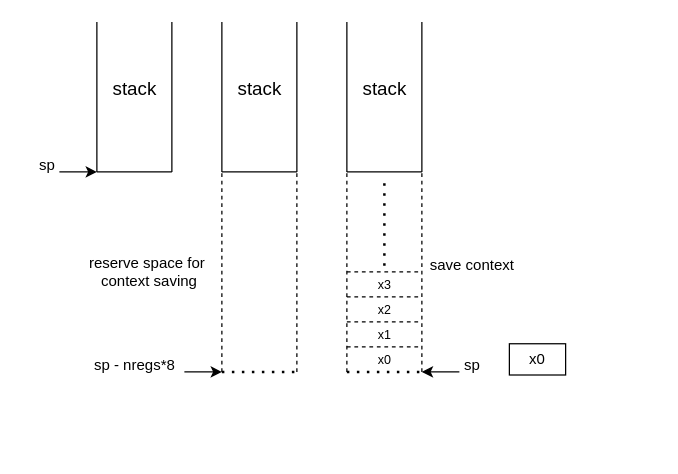
Earlier version of the draw.io diagram vm context store&load.drawio (zhouhaoan/drawios). Source tidied: cells renumbered, new cells numbered last; positions are measured from the earlier drawing's top-left corner, leaving out a move shared by most shapes. Both pictures are drawn from the tidied source at 125%, with x=0, y=0 at pixel (21, 21).
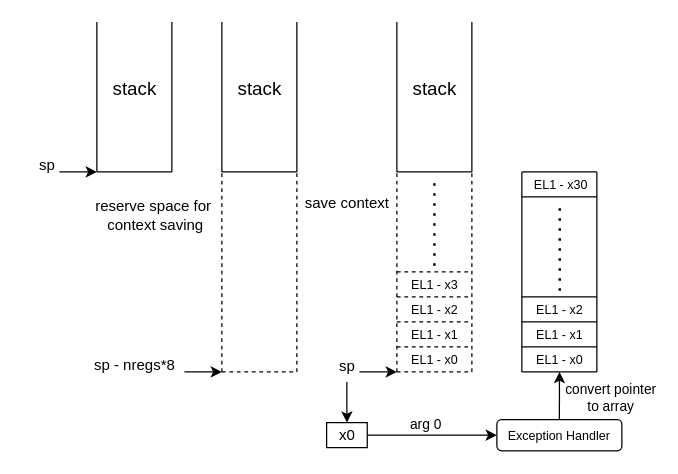
The same page after the edit.

Change to the diagram source:
```diff
@@
+    <mxCell id="38" value="&lt;font style=&quot;font-size: 10px;&quot;&gt;EL1 - x0&lt;/font&gt;" style="text;html=1;align=center;verticalAlign=middle;strokeColor=none;fillColor=none;" parent="1" vertex="1">
+      <mxGeometry x="400" y="255" width="60" height="30" as="geometry" />
+    </mxCell>
+    <mxCell id="28" value="&lt;font style=&quot;font-size: 10px;&quot;&gt;EL1 - x0&lt;/font&gt;" style="text;html=1;align=center;verticalAlign=middle;strokeColor=none;fillColor=none;" parent="1" vertex="1">
+      <mxGeometry x="300" y="255" width="60" height="30" as="geometry" />
+    </mxCell>
@@
-    <mxCell id="14" style="endArrow=none;dashed=1;html=1;dashPattern=1 3;strokeWidth=2;rounded=0;" parent="1" edge="1">
-      <mxGeometry relative="1" as="geometry">
-        <mxPoint x="160" y="280" as="sourcePoint" />
-        <mxPoint x="220" y="280" as="targetPoint" />
-      </mxGeometry>
-    </mxCell>
@@
     <mxCell id="16" value="reserve space for&lt;br&gt;&amp;nbsp;context saving" style="text;html=1;align=center;verticalAlign=middle;strokeColor=none;fillColor=none;" parent="1" vertex="1">
-      <mxGeometry x="40" y="180" width="120" height="40" as="geometry" />
+      <mxGeometry x="45" y="135" width="120" height="40" as="geometry" />
     </mxCell>
     <mxCell id="17" style="endArrow=none;html=1;rounded=0;" parent="1" edge="1">
       <mxGeometry relative="1" as="geometry">
-        <mxPoint x="260" y="120" as="sourcePoint" />
-        <mxPoint x="260" as="targetPoint" />
+        <mxPoint x="300" y="120" as="sourcePoint" />
+        <mxPoint x="300" as="targetPoint" />
       </mxGeometry>
     </mxCell>
     <mxCell id="18" style="endArrow=none;html=1;rounded=0;" parent="1" edge="1">
       <mxGeometry relative="1" as="geometry">
-        <mxPoint x="260" y="120" as="sourcePoint" />
-        <mxPoint x="320" y="120" as="targetPoint" />
+        <mxPoint x="300" y="120" as="sourcePoint" />
+        <mxPoint x="360" y="120" as="targetPoint" />
       </mxGeometry>
     </mxCell>
     <mxCell id="19" style="endArrow=none;html=1;rounded=0;" parent="1" edge="1">
       <mxGeometry relative="1" as="geometry">
-        <mxPoint x="320" y="120" as="sourcePoint" />
-        <mxPoint x="320" as="targetPoint" />
+        <mxPoint x="360" y="120" as="sourcePoint" />
+        <mxPoint x="360" as="targetPoint" />
       </mxGeometry>
     </mxCell>
     <mxCell id="20" value="&lt;font style=&quot;font-size: 15px;&quot;&gt;stack&lt;/font&gt;" style="text;html=1;align=center;verticalAlign=middle;strokeColor=none;fillColor=none;" parent="1" vertex="1">
-      <mxGeometry x="260" y="38" width="60" height="30" as="geometry" />
+      <mxGeometry x="300" y="38" width="60" height="30" as="geometry" />
     </mxCell>
     <mxCell id="21" style="endArrow=none;dashed=1;html=1;rounded=0;" parent="1" edge="1">
       <mxGeometry relative="1" as="geometry">
-        <mxPoint x="260" y="280" as="sourcePoint" />
-        <mxPoint x="260" y="120" as="targetPoint" />
+        <mxPoint x="300" y="280" as="sourcePoint" />
+        <mxPoint x="300" y="120" as="targetPoint" />
       </mxGeometry>
     </mxCell>
     <mxCell id="22" style="endArrow=none;dashed=1;html=1;rounded=0;" parent="1" edge="1">
       <mxGeometry relative="1" as="geometry">
-        <mxPoint x="320" y="280" as="sourcePoint" />
-        <mxPoint x="320" y="120" as="targetPoint" />
+        <mxPoint x="360" y="280" as="sourcePoint" />
+        <mxPoint x="360" y="120" as="targetPoint" />
       </mxGeometry>
     </mxCell>
-    <mxCell id="23" style="endArrow=none;dashed=1;html=1;dashPattern=1 3;strokeWidth=2;rounded=0;" parent="1" edge="1">
-      <mxGeometry relative="1" as="geometry">
-        <mxPoint x="260" y="280" as="sourcePoint" />
-        <mxPoint x="320" y="280" as="targetPoint" />
-      </mxGeometry>
-    </mxCell>
-    <mxCell id="24" style="endArrow=classic;html=1;rounded=0;" parent="1" edge="1">
-      <mxGeometry relative="1" as="geometry">
-        <mxPoint x="350" y="280" as="sourcePoint" />
-        <mxPoint x="320" y="280" as="targetPoint" />
-      </mxGeometry>
-    </mxCell>
@@
+    <mxCell id="39" style="edgeStyle=orthogonalEdgeStyle;rounded=0;jettySize=auto;html=1;" parent="1" edge="1" source="26" target="37">
+      <mxGeometry relative="1" as="geometry" />
+    </mxCell>
-    <mxCell id="26" value="sp" style="text;html=1;align=center;verticalAlign=middle;points=[];strokeColor=none;fillColor=none;" parent="1" vertex="1">
-      <mxGeometry x="340" y="260" width="40" height="30" as="geometry" />
+    <mxCell id="26" value="sp" style="text;html=1;align=center;verticalAlign=middle;points=[];strokeColor=none;fillColor=none;spacing=0;spacingBottom=0;" parent="1" vertex="1">
+      <mxGeometry x="245" y="263" width="30" height="25" as="geometry" />
     </mxCell>
     <mxCell id="27" style="endArrow=none;dashed=1;html=1;rounded=0;" parent="1" edge="1">
       <mxGeometry relative="1" as="geometry">
-        <mxPoint x="260" y="260" as="sourcePoint" />
-        <mxPoint x="320" y="260" as="targetPoint" />
+        <mxPoint x="300" y="260" as="sourcePoint" />
+        <mxPoint x="360" y="260" as="targetPoint" />
       </mxGeometry>
     </mxCell>
-    <mxCell id="28" value="&lt;font style=&quot;font-size: 10px;&quot;&gt;x0&lt;/font&gt;" style="text;html=1;align=center;verticalAlign=middle;strokeColor=none;fillColor=none;" parent="1" vertex="1">
-      <mxGeometry x="275" y="255" width="30" height="30" as="geometry" />
-    </mxCell>
     <mxCell id="29" style="endArrow=none;dashed=1;html=1;rounded=0;" parent="1" edge="1">
       <mxGeometry relative="1" as="geometry">
-        <mxPoint x="260" y="240" as="sourcePoint" />
-        <mxPoint x="320" y="240" as="targetPoint" />
+        <mxPoint x="300" y="240" as="sourcePoint" />
+        <mxPoint x="360" y="240" as="targetPoint" />
       </mxGeometry>
     </mxCell>
     <mxCell id="30" style="endArrow=none;dashed=1;html=1;rounded=0;" parent="1" edge="1">
       <mxGeometry relative="1" as="geometry">
-        <mxPoint x="260" y="220" as="sourcePoint" />
-        <mxPoint x="320" y="220" as="targetPoint" />
+        <mxPoint x="300" y="220" as="sourcePoint" />
+        <mxPoint x="360" y="220" as="targetPoint" />
       </mxGeometry>
     </mxCell>
     <mxCell id="31" style="endArrow=none;dashed=1;html=1;rounded=0;" parent="1" edge="1">
       <mxGeometry relative="1" as="geometry">
-        <mxPoint x="260" y="199.9" as="sourcePoint" />
-        <mxPoint x="320" y="199.9" as="targetPoint" />
+        <mxPoint x="300" y="199.9" as="sourcePoint" />
+        <mxPoint x="360" y="199.9" as="targetPoint" />
       </mxGeometry>
     </mxCell>
-    <mxCell id="32" value="&lt;font style=&quot;font-size: 10px;&quot;&gt;x1&lt;/font&gt;" style="text;html=1;align=center;verticalAlign=middle;strokeColor=none;fillColor=none;" parent="1" vertex="1">
-      <mxGeometry x="275" y="235" width="30" height="30" as="geometry" />
+    <mxCell id="32" value="&lt;font style=&quot;font-size: 10px;&quot;&gt;EL1 - x1&lt;/font&gt;" style="text;html=1;align=center;verticalAlign=middle;strokeColor=none;fillColor=none;" parent="1" vertex="1">
+      <mxGeometry x="300" y="235" width="60" height="30" as="geometry" />
     </mxCell>
-    <mxCell id="33" value="&lt;font style=&quot;font-size: 10px;&quot;&gt;x2&lt;/font&gt;" style="text;html=1;align=center;verticalAlign=middle;strokeColor=none;fillColor=none;" parent="1" vertex="1">
-      <mxGeometry x="275" y="215" width="30" height="30" as="geometry" />
+    <mxCell id="33" value="&lt;font style=&quot;font-size: 10px;&quot;&gt;EL1 - x2&lt;/font&gt;" style="text;html=1;align=center;verticalAlign=middle;strokeColor=none;fillColor=none;" parent="1" vertex="1">
+      <mxGeometry x="300" y="215" width="60" height="30" as="geometry" />
     </mxCell>
-    <mxCell id="34" value="&lt;font style=&quot;font-size: 10px;&quot;&gt;x3&lt;/font&gt;" style="text;html=1;align=center;verticalAlign=middle;strokeColor=none;fillColor=none;" parent="1" vertex="1">
-      <mxGeometry x="275" y="195" width="30" height="30" as="geometry" />
+    <mxCell id="34" value="&lt;font style=&quot;font-size: 10px;&quot;&gt;EL1 - x3&lt;/font&gt;" style="text;html=1;align=center;verticalAlign=middle;strokeColor=none;fillColor=none;" parent="1" vertex="1">
+      <mxGeometry x="300" y="195" width="60" height="30" as="geometry" />
     </mxCell>
     <mxCell id="35" style="endArrow=none;dashed=1;html=1;dashPattern=1 3;strokeWidth=2;rounded=0;" parent="1" edge="1">
       <mxGeometry relative="1" as="geometry">
-        <mxPoint x="290" y="195" as="sourcePoint" />
-        <mxPoint x="290" y="125" as="targetPoint" />
+        <mxPoint x="330" y="195" as="sourcePoint" />
+        <mxPoint x="330" y="125" as="targetPoint" />
       </mxGeometry>
     </mxCell>
     <mxCell id="36" value="save context" style="text;html=1;align=center;verticalAlign=middle;strokeColor=none;fillColor=none;" parent="1" vertex="1">
-      <mxGeometry x="315" y="180" width="90" height="30" as="geometry" />
+      <mxGeometry x="215" y="130" width="90" height="30" as="geometry" />
     </mxCell>
+    <mxCell id="40" style="edgeStyle=orthogonalEdgeStyle;rounded=0;jettySize=auto;html=1;" parent="1" edge="1" source="37" target="46">
+      <mxGeometry relative="1" as="geometry" />
+    </mxCell>
+    <mxCell id="41" value="arg 0" style="edgeLabel;html=1;align=center;verticalAlign=middle;" parent="40" vertex="1">
+      <mxGeometry x="-0.12" relative="1" as="geometry">
+        <mxPoint y="-9" as="offset" />
+      </mxGeometry>
+    </mxCell>
     <mxCell id="37" value="x0" style="rounded=0;whiteSpace=wrap;html=1;" parent="1" vertex="1">
-      <mxGeometry x="390" y="257.5" width="45" height="25" as="geometry" />
+      <mxGeometry x="243.8" y="320.6" width="32.5" height="20" as="geometry" />
     </mxCell>
+    <mxCell id="42" style="endArrow=classic;html=1;rounded=0;" parent="1" edge="1">
+      <mxGeometry relative="1" as="geometry">
+        <mxPoint x="270" y="280" as="sourcePoint" />
+        <mxPoint x="300" y="280" as="targetPoint" />
+      </mxGeometry>
+    </mxCell>
+    <mxCell id="43" style="edgeStyle=orthogonalEdgeStyle;rounded=0;jettySize=auto;html=1;exitX=0.5;exitY=0;exitDx=0;exitDy=0;" parent="1" edge="1" source="46">
+      <mxGeometry relative="1" as="geometry">
+        <mxPoint x="430.1" y="317.9" as="targetPoint" />
+      </mxGeometry>
+    </mxCell>
+    <mxCell id="44" style="edgeStyle=orthogonalEdgeStyle;rounded=0;jettySize=auto;html=1;exitX=0.5;exitY=0;exitDx=0;exitDy=0;" parent="1" edge="1" source="46">
+      <mxGeometry relative="1" as="geometry">
+        <mxPoint x="430.1" y="280" as="targetPoint" />
+      </mxGeometry>
+    </mxCell>
+    <mxCell id="45" value="convert pointer &lt;br&gt;to array" style="edgeLabel;html=1;align=center;verticalAlign=middle;" parent="44" vertex="1">
+      <mxGeometry x="-0.04" y="1" relative="1" as="geometry">
+        <mxPoint x="41" as="offset" />
+      </mxGeometry>
+    </mxCell>
+    <mxCell id="46" value="&lt;font style=&quot;font-size: 10px;&quot;&gt;Exception Handler&lt;/font&gt;" style="rounded=1;whiteSpace=wrap;html=1;" parent="1" vertex="1">
+      <mxGeometry x="380" y="318.1" width="100" height="25" as="geometry" />
+    </mxCell>
+    <mxCell id="47" style="endArrow=none;dashed=1;html=1;rounded=0;" parent="1" edge="1">
+      <mxGeometry relative="1" as="geometry">
+        <mxPoint x="160" y="280" as="sourcePoint" />
+        <mxPoint x="220" y="280" as="targetPoint" />
+      </mxGeometry>
+    </mxCell>
+    <mxCell id="48" style="endArrow=none;dashed=1;html=1;rounded=0;" parent="1" edge="1">
+      <mxGeometry relative="1" as="geometry">
+        <mxPoint x="300" y="280" as="sourcePoint" />
+        <mxPoint x="360" y="280" as="targetPoint" />
+      </mxGeometry>
+    </mxCell>
+    <mxCell id="49" style="endArrow=none;html=1;rounded=0;" parent="1" edge="1">
+      <mxGeometry relative="1" as="geometry">
+        <mxPoint x="400" y="280" as="sourcePoint" />
+        <mxPoint x="400" y="120" as="targetPoint" />
+      </mxGeometry>
+    </mxCell>
+    <mxCell id="50" style="endArrow=none;html=1;rounded=0;" parent="1" edge="1">
+      <mxGeometry relative="1" as="geometry">
+        <mxPoint x="460" y="280" as="sourcePoint" />
+        <mxPoint x="460" y="120" as="targetPoint" />
+      </mxGeometry>
+    </mxCell>
+    <mxCell id="51" style="endArrow=none;html=1;rounded=0;" parent="1" edge="1">
+      <mxGeometry relative="1" as="geometry">
+        <mxPoint x="400" y="280" as="sourcePoint" />
+        <mxPoint x="460" y="280" as="targetPoint" />
+      </mxGeometry>
+    </mxCell>
+    <mxCell id="52" style="endArrow=none;html=1;rounded=0;" parent="1" edge="1">
+      <mxGeometry relative="1" as="geometry">
+        <mxPoint x="400" y="260" as="sourcePoint" />
+        <mxPoint x="460" y="260" as="targetPoint" />
+      </mxGeometry>
+    </mxCell>
+    <mxCell id="53" style="endArrow=none;html=1;rounded=0;" parent="1" edge="1">
+      <mxGeometry relative="1" as="geometry">
+        <mxPoint x="400" y="240" as="sourcePoint" />
+        <mxPoint x="460" y="240" as="targetPoint" />
+      </mxGeometry>
+    </mxCell>
+    <mxCell id="54" style="endArrow=none;html=1;rounded=0;" parent="1" edge="1">
+      <mxGeometry relative="1" as="geometry">
+        <mxPoint x="400" y="220" as="sourcePoint" />
+        <mxPoint x="460" y="220" as="targetPoint" />
+      </mxGeometry>
+    </mxCell>
+    <mxCell id="55" style="endArrow=none;html=1;rounded=0;" parent="1" edge="1">
+      <mxGeometry relative="1" as="geometry">
+        <mxPoint x="400" y="120" as="sourcePoint" />
+        <mxPoint x="460" y="120" as="targetPoint" />
+      </mxGeometry>
+    </mxCell>
+    <mxCell id="56" style="endArrow=none;html=1;rounded=0;" parent="1" edge="1">
+      <mxGeometry relative="1" as="geometry">
+        <mxPoint x="400" y="140" as="sourcePoint" />
+        <mxPoint x="460" y="140" as="targetPoint" />
+      </mxGeometry>
+    </mxCell>
+    <mxCell id="57" value="&lt;font style=&quot;font-size: 10px;&quot;&gt;EL1 - x1&lt;/font&gt;" style="text;html=1;align=center;verticalAlign=middle;strokeColor=none;fillColor=none;" parent="1" vertex="1">
+      <mxGeometry x="400" y="235" width="60" height="30" as="geometry" />
+    </mxCell>
+    <mxCell id="58" value="&lt;font style=&quot;font-size: 10px;&quot;&gt;EL1 - x2&lt;/font&gt;" style="text;html=1;align=center;verticalAlign=middle;strokeColor=none;fillColor=none;" parent="1" vertex="1">
+      <mxGeometry x="400" y="215" width="60" height="30" as="geometry" />
+    </mxCell>
+    <mxCell id="59" value="&lt;font style=&quot;font-size: 10px;&quot;&gt;EL1 - x30&lt;/font&gt;" style="text;html=1;align=center;verticalAlign=middle;strokeColor=none;fillColor=none;" parent="1" vertex="1">
+      <mxGeometry x="398" y="115" width="65" height="30" as="geometry" />
+    </mxCell>
+    <mxCell id="60" style="endArrow=none;dashed=1;html=1;dashPattern=1 3;strokeWidth=2;rounded=0;" parent="1" edge="1">
+      <mxGeometry relative="1" as="geometry">
+        <mxPoint x="430.3" y="215" as="sourcePoint" />
+        <mxPoint x="430.3" y="145" as="targetPoint" />
+      </mxGeometry>
+    </mxCell>
```
